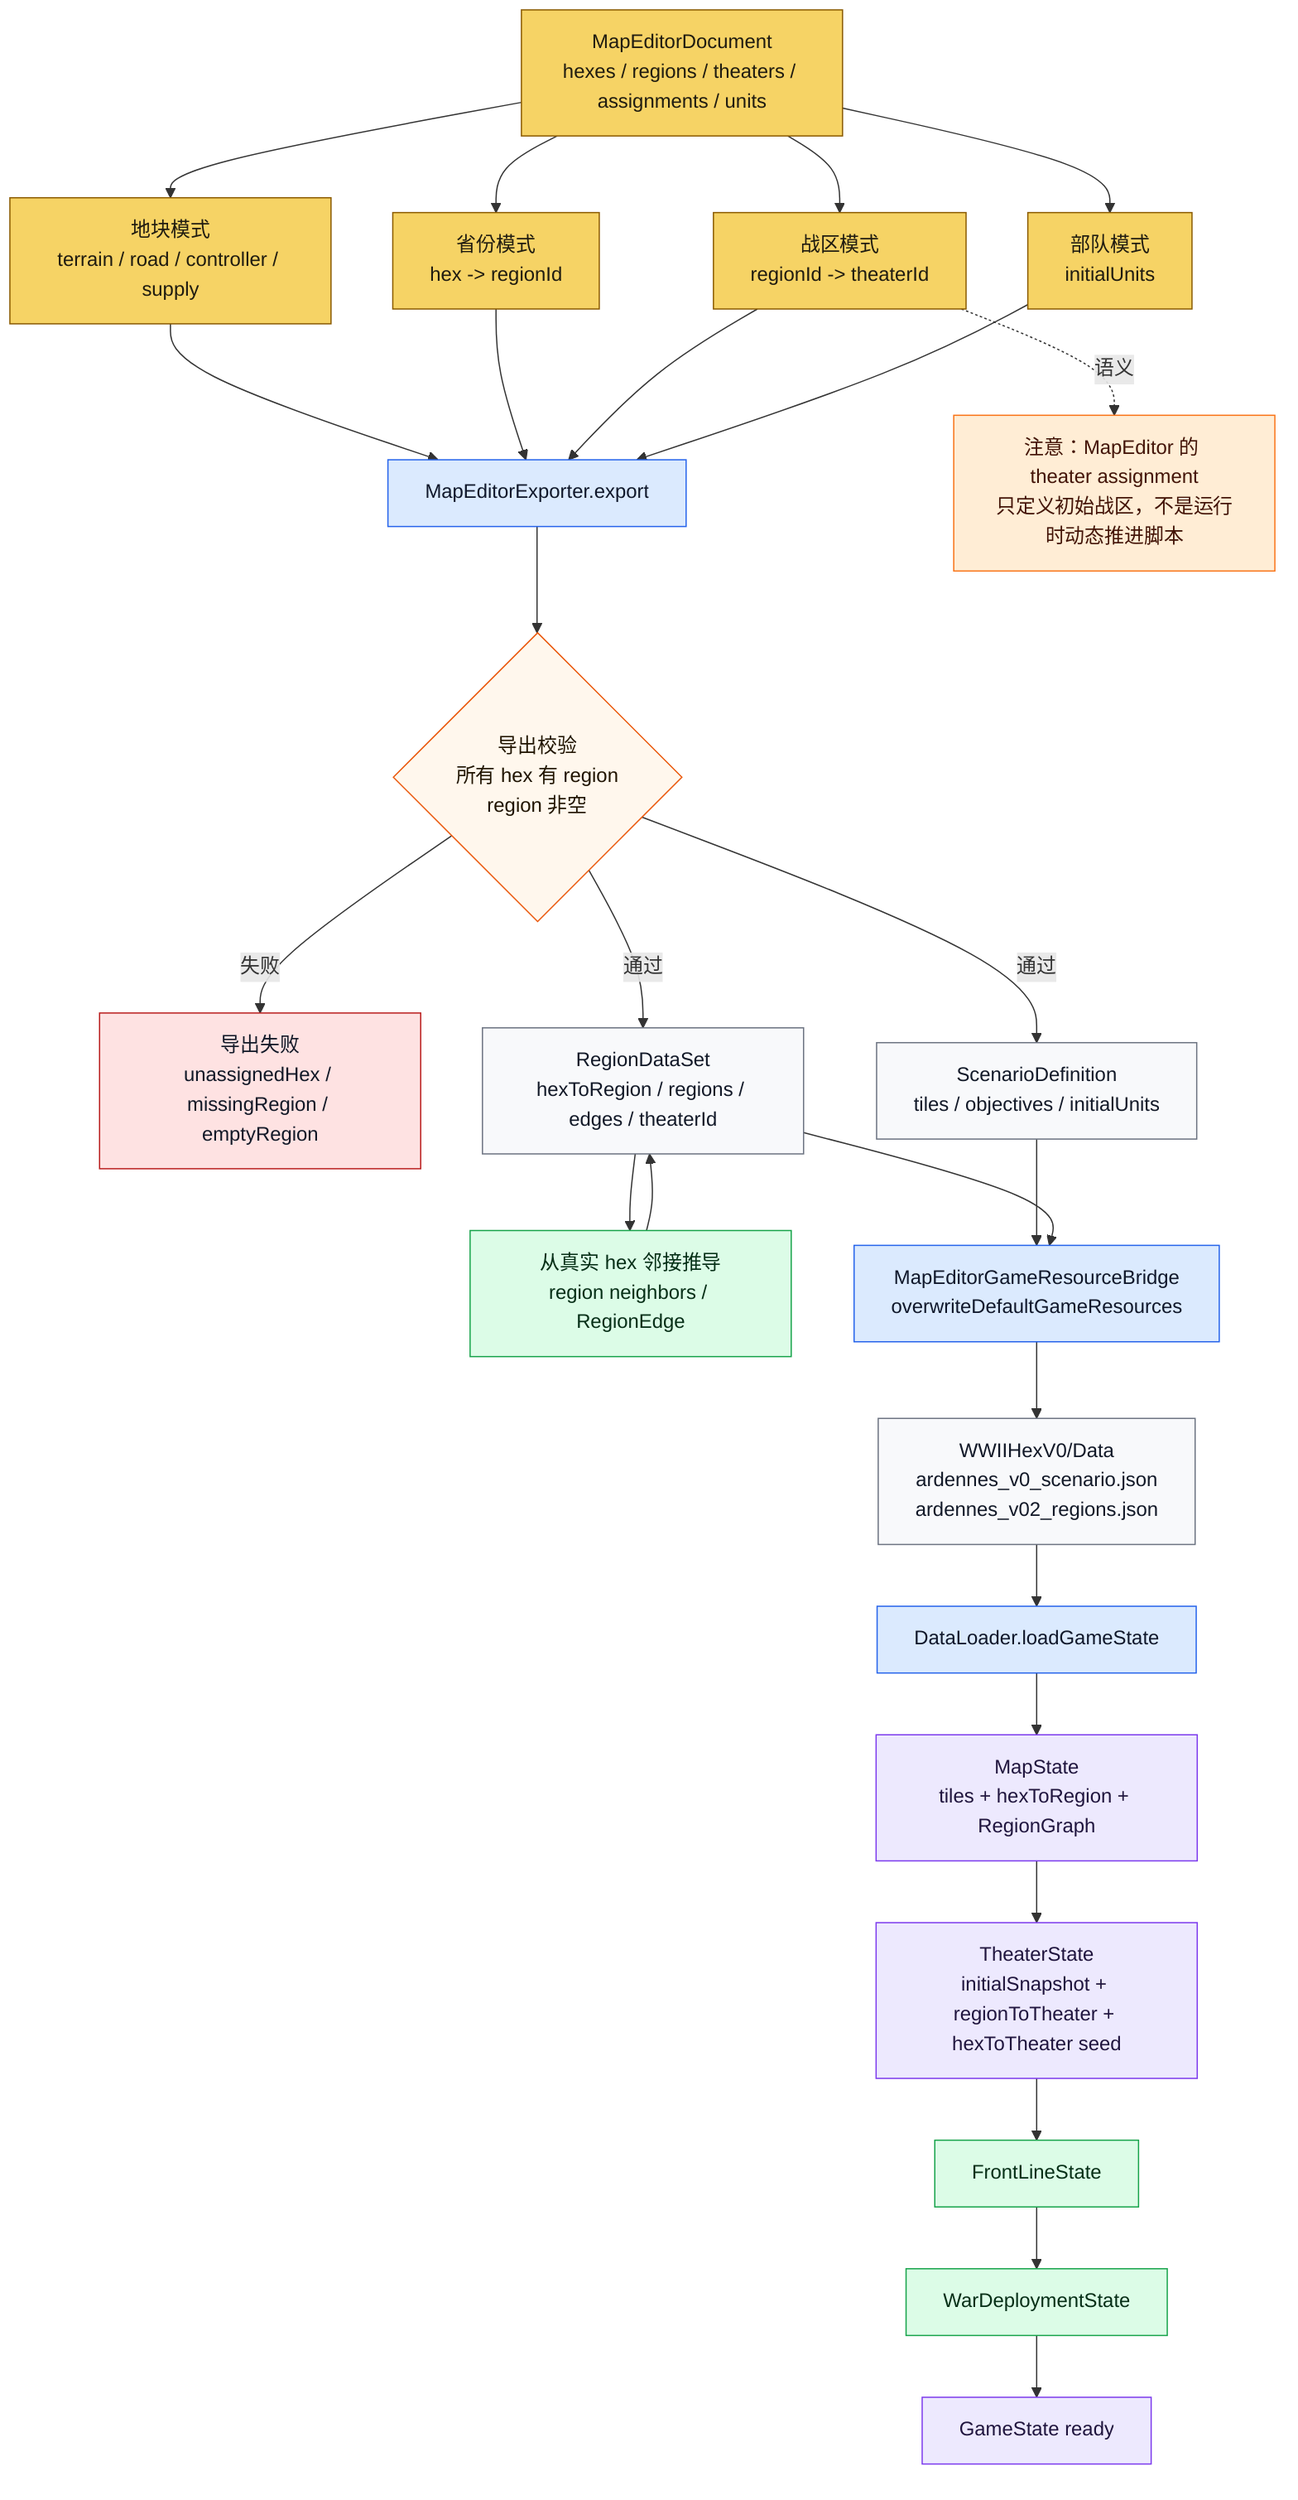
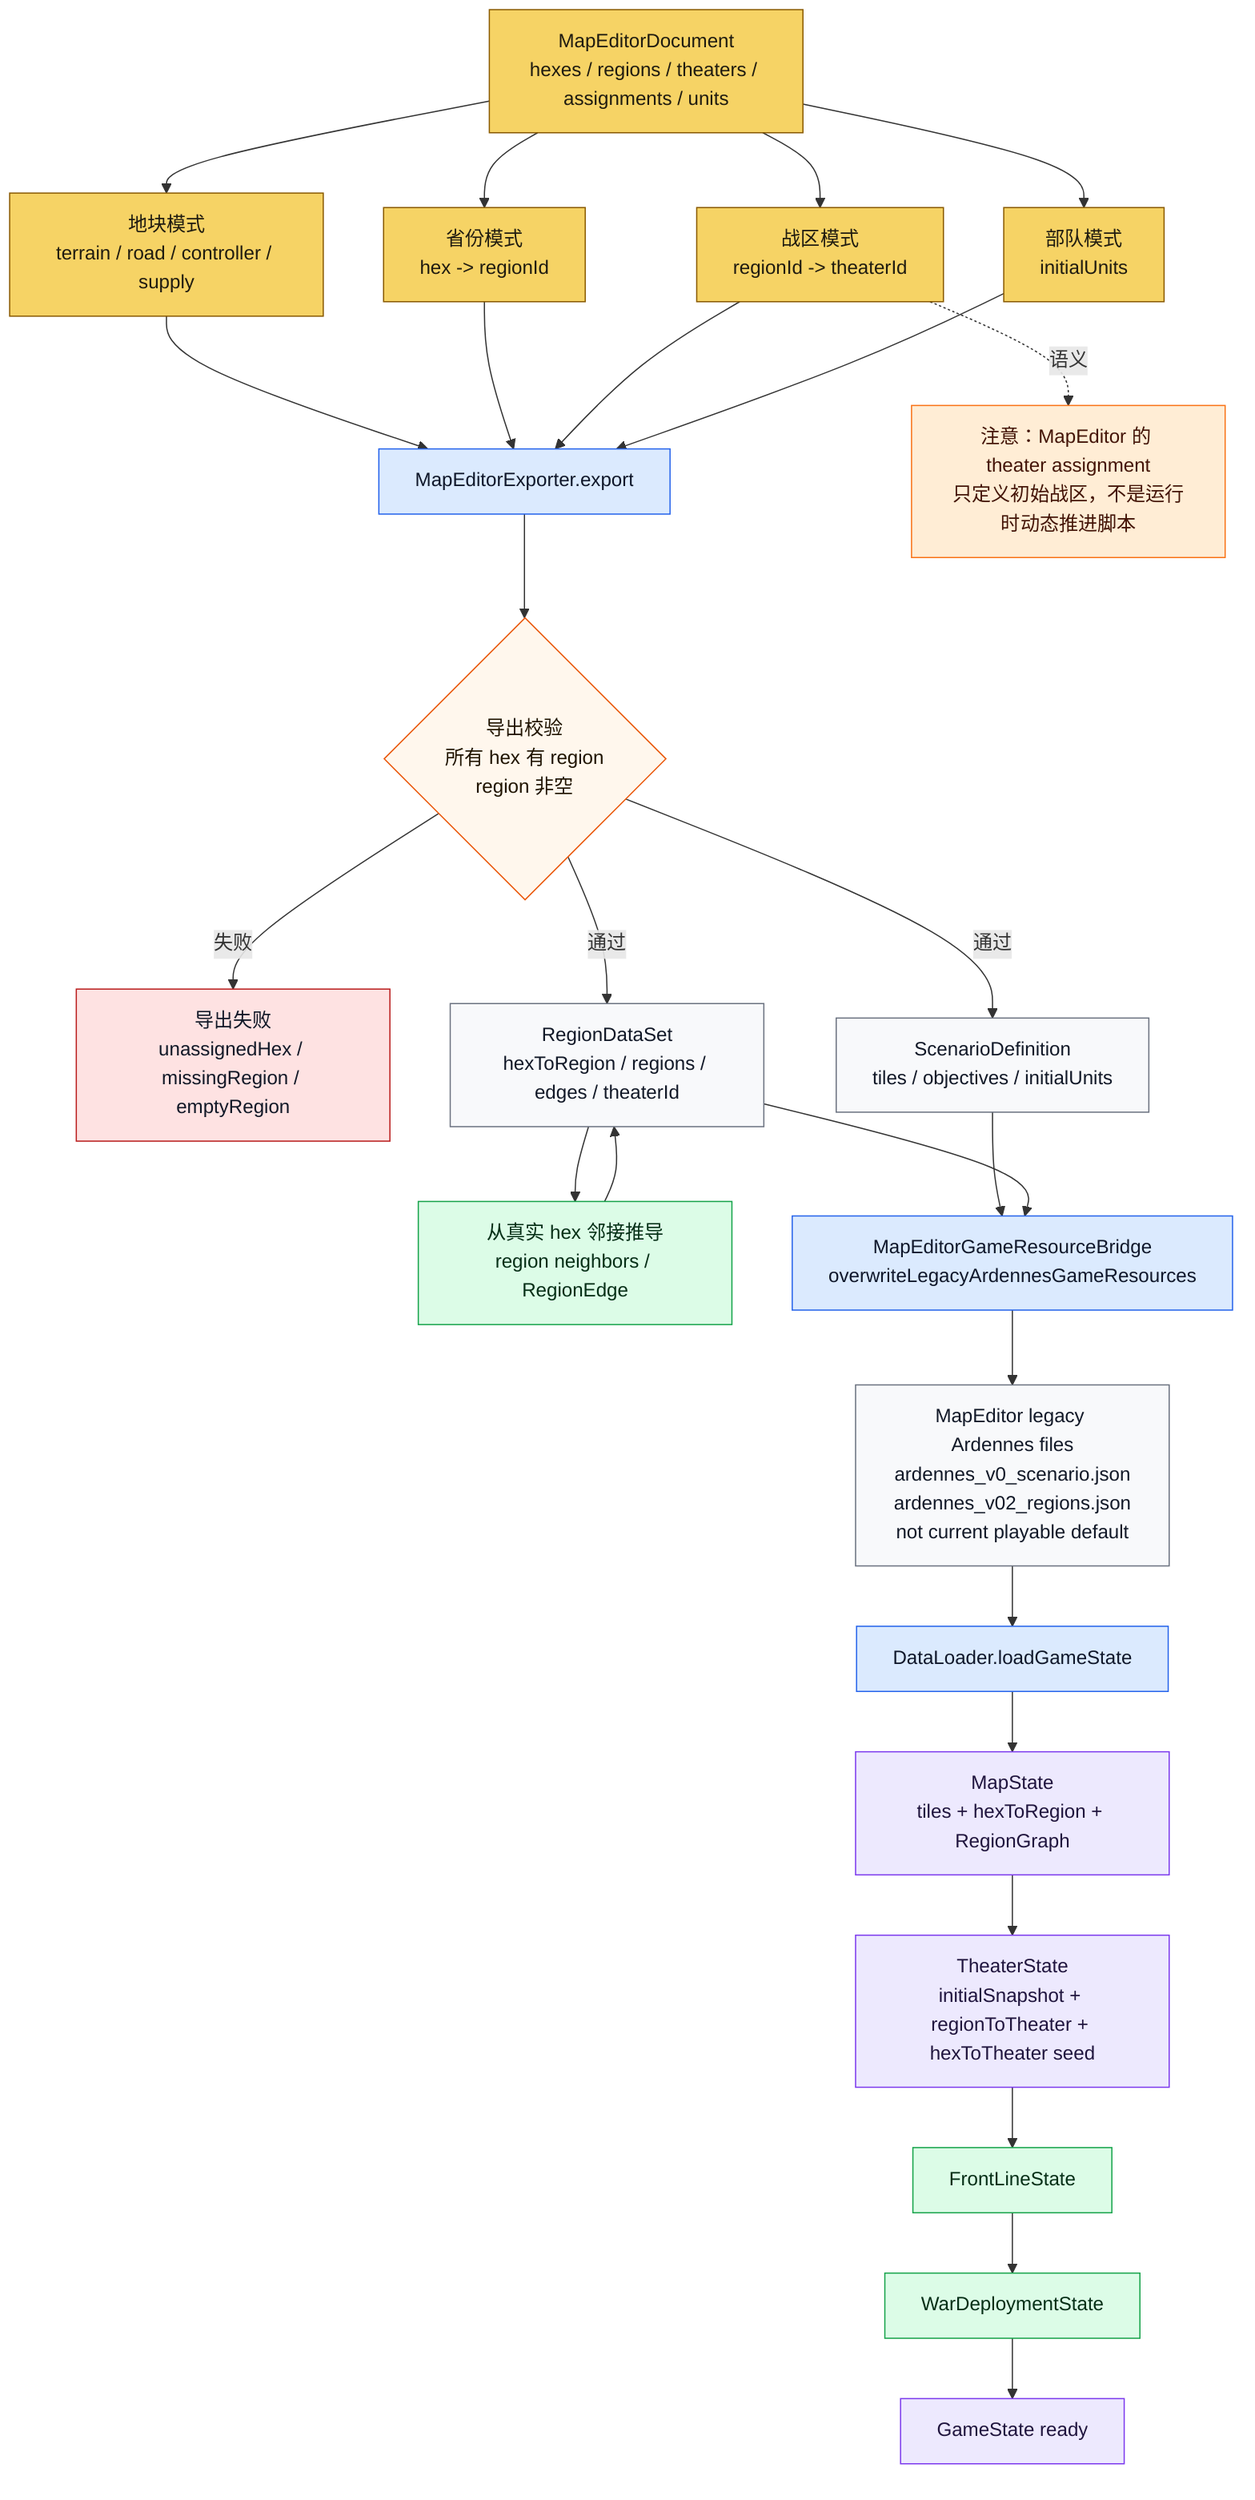
flowchart TD
    DOC["MapEditorDocument<br/>hexes / regions / theaters / assignments / units"]:::editor
    MODE1["地块模式<br/>terrain / road / controller / supply"]:::editor
    MODE2["省份模式<br/>hex -> regionId"]:::editor
    MODE3["战区模式<br/>regionId -> theaterId"]:::editor
    MODE4["部队模式<br/>initialUnits"]:::editor
    EXPORT["MapEditorExporter.export"]:::loader
    CHECK{"导出校验<br/>所有 hex 有 region<br/>region 非空"}:::decision
    ERR["导出失败<br/>unassignedHex / missingRegion / emptyRegion"]:::stop
    SCEN["ScenarioDefinition<br/>tiles / objectives / initialUnits"]:::data
    REG["RegionDataSet<br/>hexToRegion / regions / edges / theaterId"]:::data
    NEI["从真实 hex 邻接推导<br/>region neighbors / RegionEdge"]:::derived
-     BRIDGE["MapEditorGameResourceBridge<br/>overwriteDefaultGameResources"]:::loader
-     FILES["WWIIHexV0/Data<br/>ardennes_v0_scenario.json<br/>ardennes_v02_regions.json"]:::data
+     BRIDGE["MapEditorGameResourceBridge<br/>overwriteLegacyArdennesGameResources"]:::loader
+     FILES["MapEditor legacy Ardennes files<br/>ardennes_v0_scenario.json<br/>ardennes_v02_regions.json<br/>not current playable default"]:::data
    LOAD["DataLoader.loadGameState"]:::loader
    MAP["MapState<br/>tiles + hexToRegion + RegionGraph"]:::state
    THEATER["TheaterState<br/>initialSnapshot + regionToTheater + hexToTheater seed"]:::state
    FRONT["FrontLineState"]:::derived
    DEPLOY["WarDeploymentState"]:::derived
    GAME["GameState ready"]:::state

    DOC --> MODE1 --> EXPORT
    DOC --> MODE2 --> EXPORT
    DOC --> MODE3 --> EXPORT
    DOC --> MODE4 --> EXPORT
    EXPORT --> CHECK
    CHECK -->|失败| ERR
    CHECK -->|通过| SCEN
    CHECK -->|通过| REG
    REG --> NEI --> REG
    SCEN --> BRIDGE
    REG --> BRIDGE
    BRIDGE --> FILES
    FILES --> LOAD --> MAP --> THEATER --> FRONT --> DEPLOY --> GAME

    NOTE["注意：MapEditor 的 theater assignment<br/>只定义初始战区，不是运行时动态推进脚本"]:::warn
    MODE3 -.语义.-> NOTE

    classDef editor fill:#f6d365,stroke:#8a5a00,color:#1f1b10
    classDef loader fill:#dbeafe,stroke:#2563eb,color:#0f172a
    classDef decision fill:#fff7ed,stroke:#ea580c,color:#1f1300
    classDef stop fill:#fee2e2,stroke:#b91c1c,color:#111827
    classDef data fill:#f8f9fb,stroke:#6b7280,color:#111827
    classDef derived fill:#dcfce7,stroke:#16a34a,color:#052e16
    classDef state fill:#ede9fe,stroke:#7c3aed,color:#1f143d
    classDef warn fill:#ffedd5,stroke:#f97316,color:#431407
